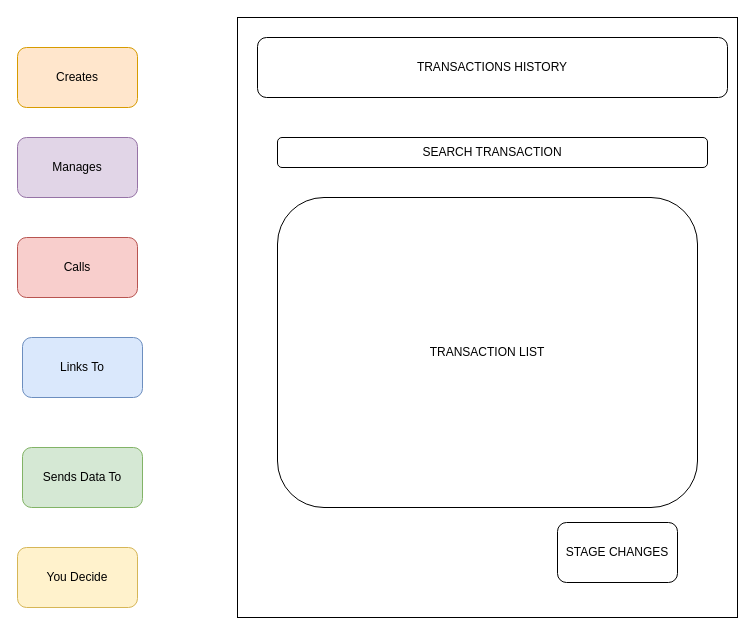
The draw.io diagram diagram/StorageManager - TRANSACTION LIST.drawio in ArturCortez/learn-with-jordyn, before the edit. Source tidied: cells renumbered, new cells numbered last; positions are measured from the earlier drawing's top-left corner, leaving out a move shared by most shapes. Both pictures are drawn from the tidied source at 100%, with x=0, y=0 at pixel (17, 17).
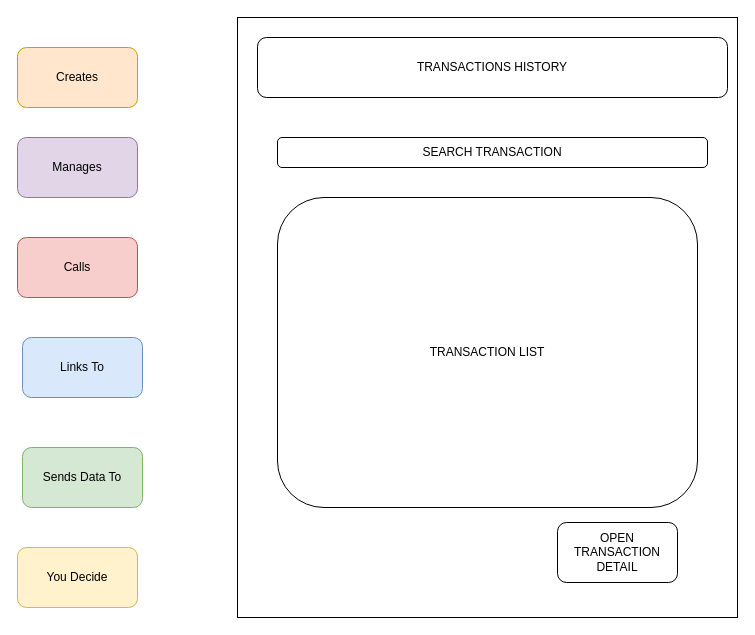
Above is the later version.

What changed in the source:
```diff
@@
 <mxGraphModel>
   <root>
     <mxCell id="0" />
     <mxCell id="1" parent="0" />
     <mxCell id="2" value="Creates" style="rounded=1;whiteSpace=wrap;html=1;fillColor=#ffe6cc;strokeColor=#d79b00;" parent="1" vertex="1">
       <mxGeometry y="30" width="120" height="60" as="geometry" />
     </mxCell>
     <mxCell id="3" value="You Decide" style="rounded=1;whiteSpace=wrap;html=1;fillColor=#fff2cc;strokeColor=#d6b656;" parent="1" vertex="1">
       <mxGeometry y="530" width="120" height="60" as="geometry" />
     </mxCell>
     <mxCell id="4" value="Sends Data To" style="rounded=1;whiteSpace=wrap;html=1;fillColor=#d5e8d4;strokeColor=#82b366;" parent="1" vertex="1">
       <mxGeometry x="5" y="430" width="120" height="60" as="geometry" />
     </mxCell>
     <mxCell id="5" value="Links To" style="rounded=1;whiteSpace=wrap;html=1;fillColor=#dae8fc;strokeColor=#6c8ebf;" parent="1" vertex="1">
       <mxGeometry x="5" y="320" width="120" height="60" as="geometry" />
     </mxCell>
     <mxCell id="6" value="Calls" style="rounded=1;whiteSpace=wrap;html=1;fillColor=#f8cecc;strokeColor=#b85450;" parent="1" vertex="1">
       <mxGeometry y="220" width="120" height="60" as="geometry" />
     </mxCell>
     <mxCell id="7" value="Manages" style="rounded=1;whiteSpace=wrap;html=1;fillColor=#e1d5e7;strokeColor=#9673a6;" parent="1" vertex="1">
       <mxGeometry y="120" width="120" height="60" as="geometry" />
     </mxCell>
     <mxCell id="8" style="rounded=0;whiteSpace=wrap;html=1;" parent="1" vertex="1">
       <mxGeometry x="220" width="500" height="600" as="geometry" />
     </mxCell>
     <mxCell id="9" value="TRANSACTIONS HISTORY" style="rounded=1;whiteSpace=wrap;html=1;" parent="1" vertex="1">
       <mxGeometry x="240" y="20" width="470" height="60" as="geometry" />
     </mxCell>
     <mxCell id="10" value="SEARCH TRANSACTION" style="rounded=1;whiteSpace=wrap;html=1;" parent="1" vertex="1">
       <mxGeometry x="260" y="120" width="430" height="30" as="geometry" />
     </mxCell>
     <mxCell id="11" value="TRANSACTION LIST" style="rounded=1;whiteSpace=wrap;html=1;" parent="1" vertex="1">
       <mxGeometry x="260" y="180" width="420" height="310" as="geometry" />
     </mxCell>
-    <mxCell id="12" value="STAGE CHANGES" style="rounded=1;whiteSpace=wrap;html=1;" parent="1" vertex="1">
+    <mxCell id="12" value="OPEN TRANSACTION DETAIL" style="rounded=1;whiteSpace=wrap;html=1;" parent="1" vertex="1">
       <mxGeometry x="540" y="505" width="120" height="60" as="geometry" />
     </mxCell>
   </root>
 </mxGraphModel>
```
